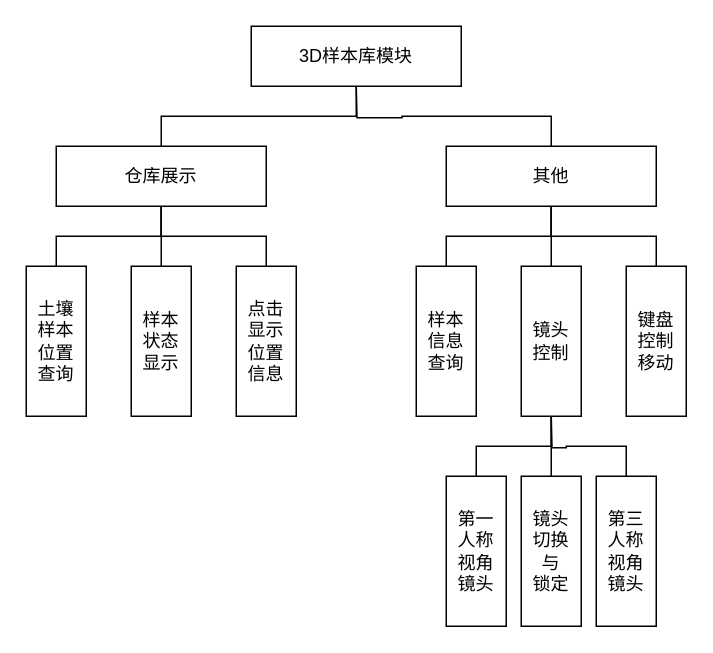
The draw.io diagram page "3D样品库模块" (6 of 15) of DT-1.drawio in TeasusZt/DT-NEW, before the edit. Source tidied: cells renumbered, new cells numbered last; positions are measured from the earlier drawing's top-left corner, leaving out a move shared by most shapes. Both pictures are drawn from the tidied source at 150%, with x=0, y=0 at pixel (26, 26).
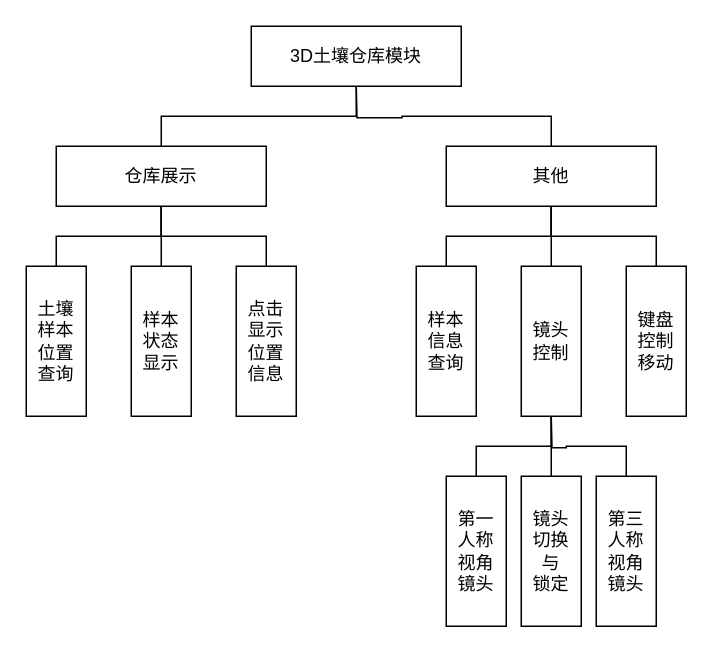
Above is the later version.

Change to the diagram source:
```diff
@@
-    <mxCell id="24" value="3D样本库模块" style="rounded=0;whiteSpace=wrap;html=1;align=center;" parent="1" vertex="1">
+    <mxCell id="24" value="3D土壤仓库模块" style="rounded=0;whiteSpace=wrap;html=1;align=center;" parent="1" vertex="1">
       <mxGeometry x="150" width="140" height="40" as="geometry" />
     </mxCell>
```
